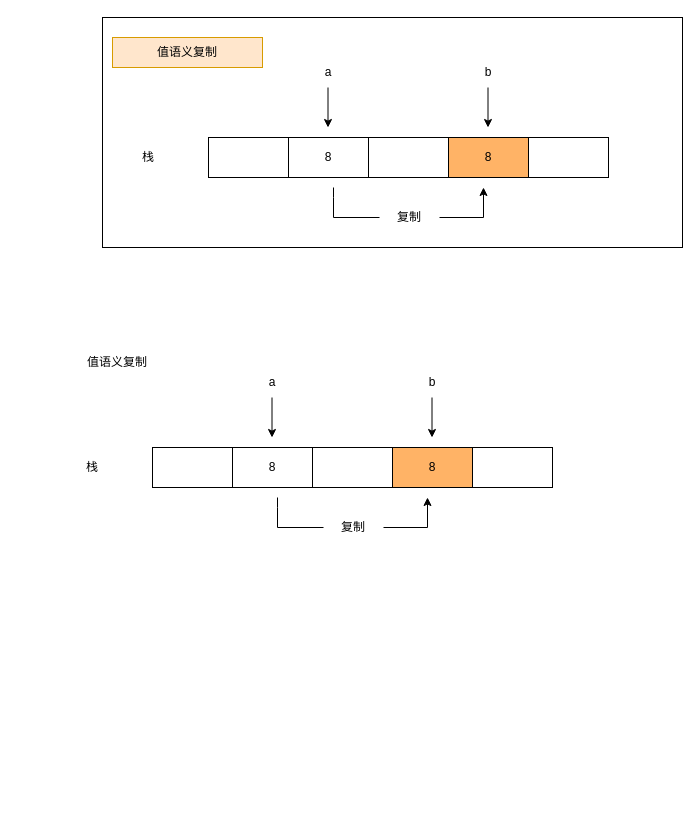
This is study_rust/未命名绘图.drawio from 1595901624/GitTest, a draw.io file, before an edit. Source tidied: cells renumbered, new cells numbered last; positions are measured from the earlier drawing's top-left corner, leaving out a move shared by most shapes. Both pictures are drawn from the tidied source at 100%, with x=0, y=0 at pixel (42, 17).
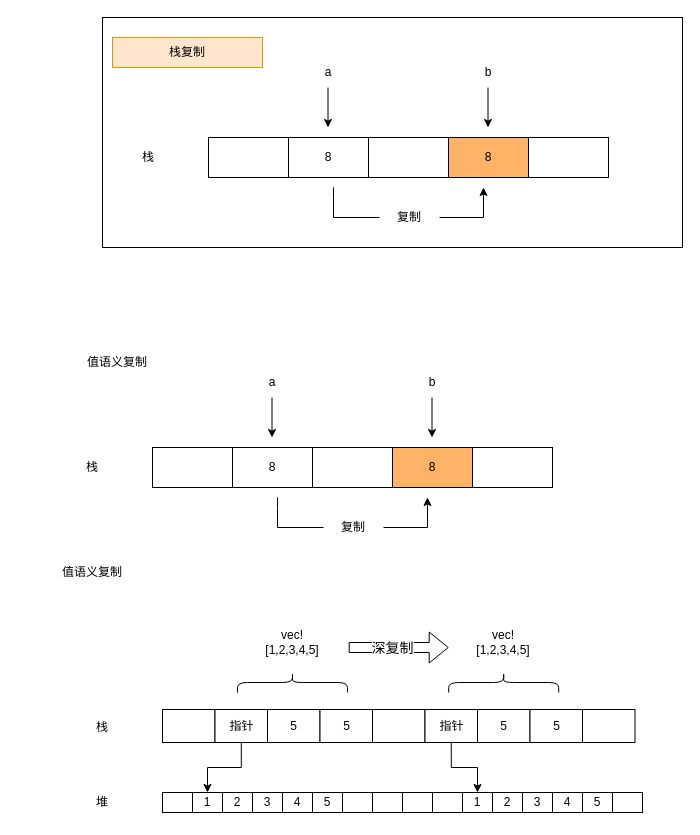
Above is the later version.

Commit message:
更新未命名绘图.drawio

What changed in the source:
```diff
@@
-    <mxCell id="30" value="值语义复制" style="text;html=1;strokeColor=#d79b00;fillColor=#ffe6cc;align=center;verticalAlign=middle;whiteSpace=wrap;rounded=0;" parent="1" vertex="1">
+    <mxCell id="30" value="栈复制" style="text;html=1;strokeColor=#d79b00;fillColor=#ffe6cc;align=center;verticalAlign=middle;whiteSpace=wrap;rounded=0;" parent="1" vertex="1">
       <mxGeometry x="70" y="20" width="150" height="30" as="geometry" />
     </mxCell>
+    <mxCell id="31" value="栈" style="text;html=1;strokeColor=none;fillColor=none;align=center;verticalAlign=middle;whiteSpace=wrap;rounded=0;" parent="1" vertex="1">
+      <mxGeometry x="30" y="695" width="60" height="30" as="geometry" />
+    </mxCell>
+    <mxCell id="32" value="vec![1,2,3,4,5]" style="text;html=1;strokeColor=none;fillColor=none;align=center;verticalAlign=middle;whiteSpace=wrap;rounded=0;" parent="1" vertex="1">
+      <mxGeometry x="215" y="610" width="70" height="30" as="geometry" />
+    </mxCell>
+    <mxCell id="33" value="值语义复制" style="text;html=1;strokeColor=none;fillColor=none;align=center;verticalAlign=middle;whiteSpace=wrap;rounded=0;" parent="1" vertex="1">
+      <mxGeometry x="-25" y="540" width="150" height="30" as="geometry" />
+    </mxCell>
+    <mxCell id="34" style="rounded=0;whiteSpace=wrap;html=1;" parent="1" vertex="1">
+      <mxGeometry x="120" y="775" width="30" height="20" as="geometry" />
+    </mxCell>
+    <mxCell id="35" value="1" style="rounded=0;whiteSpace=wrap;html=1;" parent="1" vertex="1">
+      <mxGeometry x="150" y="775" width="30" height="20" as="geometry" />
+    </mxCell>
+    <mxCell id="36" value="2" style="rounded=0;whiteSpace=wrap;html=1;" parent="1" vertex="1">
+      <mxGeometry x="180" y="775" width="30" height="20" as="geometry" />
+    </mxCell>
+    <mxCell id="37" value="3" style="rounded=0;whiteSpace=wrap;html=1;" parent="1" vertex="1">
+      <mxGeometry x="210" y="775" width="30" height="20" as="geometry" />
+    </mxCell>
+    <mxCell id="38" value="4" style="rounded=0;whiteSpace=wrap;html=1;" parent="1" vertex="1">
+      <mxGeometry x="240" y="775" width="30" height="20" as="geometry" />
+    </mxCell>
+    <mxCell id="39" value="5" style="rounded=0;whiteSpace=wrap;html=1;" parent="1" vertex="1">
+      <mxGeometry x="270" y="775" width="30" height="20" as="geometry" />
+    </mxCell>
+    <mxCell id="40" style="rounded=0;whiteSpace=wrap;html=1;" parent="1" vertex="1">
+      <mxGeometry x="300" y="775" width="30" height="20" as="geometry" />
+    </mxCell>
+    <mxCell id="41" style="rounded=0;whiteSpace=wrap;html=1;" parent="1" vertex="1">
+      <mxGeometry x="330" y="775" width="30" height="20" as="geometry" />
+    </mxCell>
+    <mxCell id="42" style="rounded=0;whiteSpace=wrap;html=1;" parent="1" vertex="1">
+      <mxGeometry x="360" y="775" width="30" height="20" as="geometry" />
+    </mxCell>
+    <mxCell id="43" style="rounded=0;whiteSpace=wrap;html=1;" parent="1" vertex="1">
+      <mxGeometry x="390" y="775" width="30" height="20" as="geometry" />
+    </mxCell>
+    <mxCell id="44" value="1" style="rounded=0;whiteSpace=wrap;html=1;" parent="1" vertex="1">
+      <mxGeometry x="420" y="775" width="30" height="20" as="geometry" />
+    </mxCell>
+    <mxCell id="45" value="2" style="rounded=0;whiteSpace=wrap;html=1;" parent="1" vertex="1">
+      <mxGeometry x="450" y="775" width="30" height="20" as="geometry" />
+    </mxCell>
+    <mxCell id="46" value="3" style="rounded=0;whiteSpace=wrap;html=1;" parent="1" vertex="1">
+      <mxGeometry x="480" y="775" width="30" height="20" as="geometry" />
+    </mxCell>
+    <mxCell id="47" value="4" style="rounded=0;whiteSpace=wrap;html=1;" parent="1" vertex="1">
+      <mxGeometry x="510" y="775" width="30" height="20" as="geometry" />
+    </mxCell>
+    <mxCell id="48" value="5" style="rounded=0;whiteSpace=wrap;html=1;" parent="1" vertex="1">
+      <mxGeometry x="540" y="775" width="30" height="20" as="geometry" />
+    </mxCell>
+    <mxCell id="49" style="rounded=0;whiteSpace=wrap;html=1;" parent="1" vertex="1">
+      <mxGeometry x="570" y="775" width="30" height="20" as="geometry" />
+    </mxCell>
+    <mxCell id="50" value="堆" style="text;html=1;strokeColor=none;fillColor=none;align=center;verticalAlign=middle;whiteSpace=wrap;rounded=0;" parent="1" vertex="1">
+      <mxGeometry x="30" y="770" width="60" height="30" as="geometry" />
+    </mxCell>
+    <mxCell id="51" style="rounded=0;whiteSpace=wrap;html=1;" parent="1" vertex="1">
+      <mxGeometry x="120" y="692" width="52.5" height="33" as="geometry" />
+    </mxCell>
+    <mxCell id="52" style="edgeStyle=orthogonalEdgeStyle;rounded=0;jettySize=auto;html=1;entryX=0.5;entryY=0;entryDx=0;entryDy=0;" parent="1" edge="1" source="53" target="35">
+      <mxGeometry relative="1" as="geometry" />
+    </mxCell>
+    <mxCell id="53" value="指针" style="rounded=0;whiteSpace=wrap;html=1;" parent="1" vertex="1">
+      <mxGeometry x="172.5" y="692" width="52.5" height="33" as="geometry" />
+    </mxCell>
+    <mxCell id="54" value="5" style="rounded=0;whiteSpace=wrap;html=1;" parent="1" vertex="1">
+      <mxGeometry x="225" y="692" width="52.5" height="33" as="geometry" />
+    </mxCell>
+    <mxCell id="55" value="5" style="rounded=0;whiteSpace=wrap;html=1;" parent="1" vertex="1">
+      <mxGeometry x="277.5" y="692" width="52.5" height="33" as="geometry" />
+    </mxCell>
+    <mxCell id="56" style="rounded=0;whiteSpace=wrap;html=1;" parent="1" vertex="1">
+      <mxGeometry x="330" y="692" width="52.5" height="33" as="geometry" />
+    </mxCell>
+    <mxCell id="57" style="edgeStyle=orthogonalEdgeStyle;rounded=0;jettySize=auto;html=1;exitX=0.5;exitY=1;exitDx=0;exitDy=0;entryX=0.5;entryY=0;entryDx=0;entryDy=0;strokeWidth=1;fontSize=14;" parent="1" edge="1" source="58" target="44">
+      <mxGeometry relative="1" as="geometry" />
+    </mxCell>
+    <mxCell id="58" value="指针" style="rounded=0;whiteSpace=wrap;html=1;" parent="1" vertex="1">
+      <mxGeometry x="382.5" y="692" width="52.5" height="33" as="geometry" />
+    </mxCell>
+    <mxCell id="59" value="5" style="rounded=0;whiteSpace=wrap;html=1;" parent="1" vertex="1">
+      <mxGeometry x="435" y="692" width="52.5" height="33" as="geometry" />
+    </mxCell>
+    <mxCell id="60" value="5" style="rounded=0;whiteSpace=wrap;html=1;" parent="1" vertex="1">
+      <mxGeometry x="487.5" y="692" width="52.5" height="33" as="geometry" />
+    </mxCell>
+    <mxCell id="61" style="rounded=0;whiteSpace=wrap;html=1;" parent="1" vertex="1">
+      <mxGeometry x="540" y="692" width="52.5" height="33" as="geometry" />
+    </mxCell>
+    <mxCell id="62" style="shape=curlyBracket;whiteSpace=wrap;html=1;rounded=1;flipH=1;rotation=-90;" parent="1" vertex="1">
+      <mxGeometry x="240" y="610" width="20" height="110" as="geometry" />
+    </mxCell>
+    <mxCell id="63" value="vec![1,2,3,4,5]" style="text;html=1;strokeColor=none;fillColor=none;align=center;verticalAlign=middle;whiteSpace=wrap;rounded=0;" parent="1" vertex="1">
+      <mxGeometry x="426.2" y="610" width="70" height="30" as="geometry" />
+    </mxCell>
+    <mxCell id="64" style="shape=curlyBracket;whiteSpace=wrap;html=1;rounded=1;flipH=1;rotation=-90;" parent="1" vertex="1">
+      <mxGeometry x="451.2" y="610" width="20" height="110" as="geometry" />
+    </mxCell>
+    <mxCell id="65" style="shape=flexArrow;endArrow=classic;html=1;rounded=0;strokeWidth=1;" parent="1" edge="1">
+      <mxGeometry relative="1" as="geometry">
+        <mxPoint x="306.2" y="630" as="sourcePoint" />
+        <mxPoint x="406.2" y="630" as="targetPoint" />
+      </mxGeometry>
+    </mxCell>
+    <mxCell id="66" value="深复制" style="edgeLabel;html=1;align=center;verticalAlign=middle;fontSize=14;" parent="65" vertex="1">
+      <mxGeometry x="-0.23" y="-1" relative="1" as="geometry">
+        <mxPoint x="4" y="-1" as="offset" />
+      </mxGeometry>
+    </mxCell>
```
